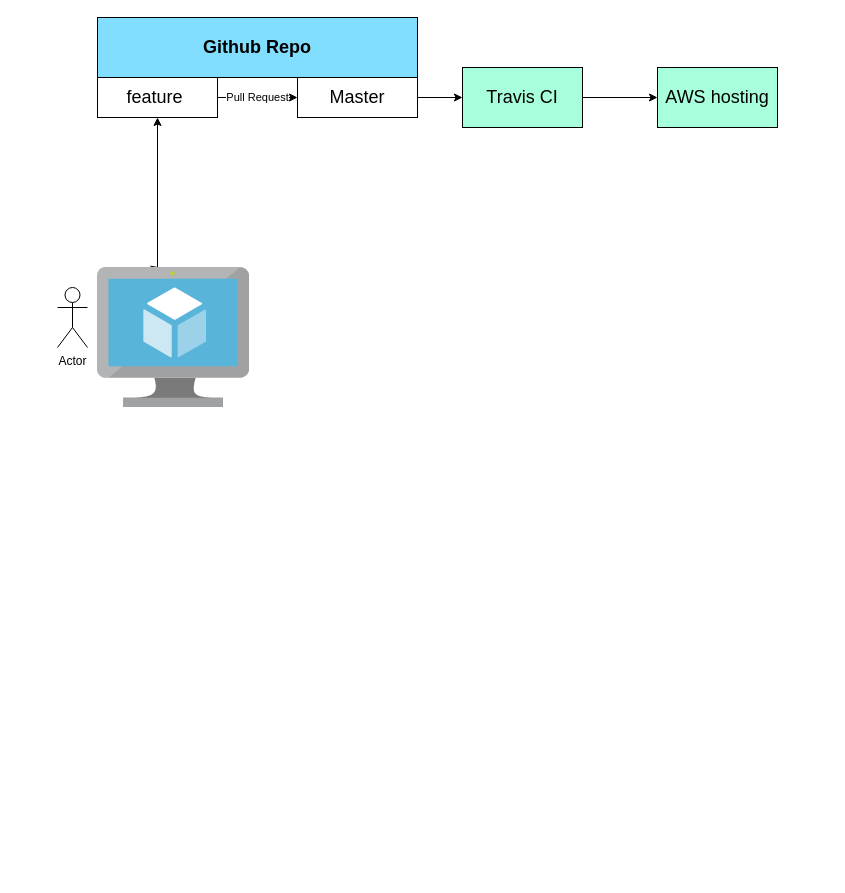
This is page "CI AND DEPLOYMENT" (8 of 8) of Untitled Diagram.drawio from hephaestus88/docker, a draw.io file, before an edit. Source tidied: cells renumbered, new cells numbered last; positions are measured from the earlier drawing's top-left corner, leaving out a move shared by most shapes. Both pictures are drawn from the tidied source at 100%, with x=0, y=0 at pixel (57, 17).
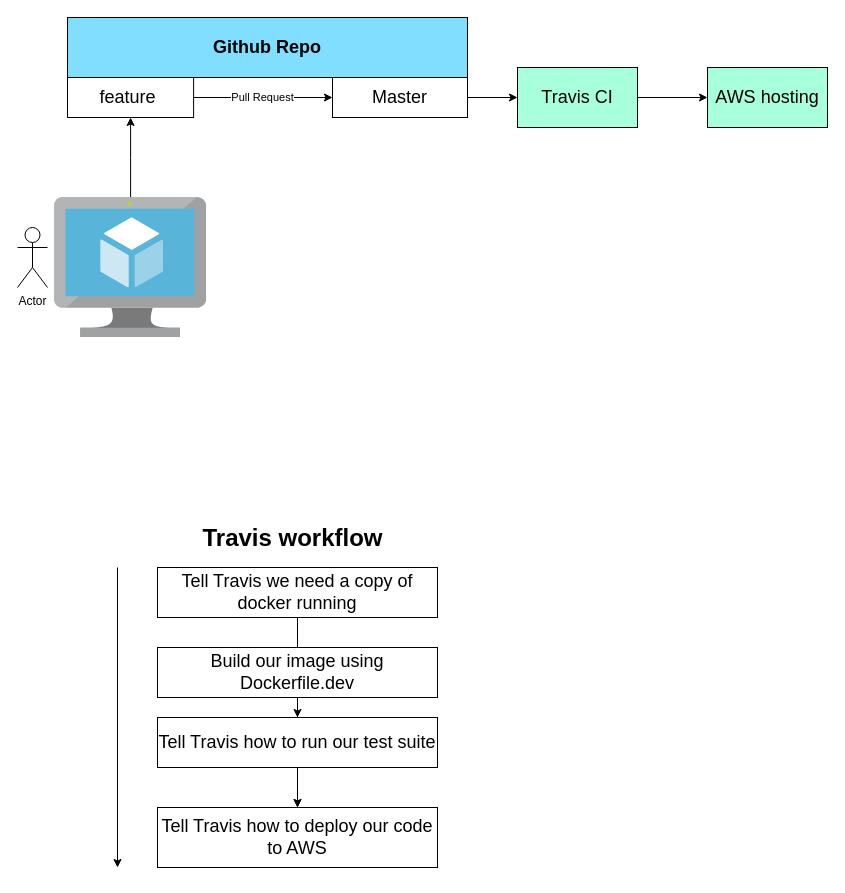
Above is the later version.

The edit, as a diff of the source:
```diff
@@
     <mxCell id="2" value="&lt;font style=&quot;font-size: 18px;&quot;&gt;&lt;b&gt;Github Repo&lt;/b&gt;&lt;/font&gt;" style="rounded=0;whiteSpace=wrap;html=1;fillColor=#82DEFF;" parent="1" vertex="1">
-      <mxGeometry x="40" width="320" height="60" as="geometry" />
+      <mxGeometry x="10" width="400" height="60" as="geometry" />
     </mxCell>
@@
     <mxCell id="4" value="&lt;font style=&quot;font-size: 18px;&quot;&gt;feature&amp;nbsp;&lt;/font&gt;" style="rounded=0;whiteSpace=wrap;html=1;" parent="1" vertex="1">
-      <mxGeometry x="40" y="60" width="120" height="40" as="geometry" />
+      <mxGeometry x="10" y="60" width="126.1" height="40" as="geometry" />
     </mxCell>
@@
     <mxCell id="6" value="&lt;font style=&quot;font-size: 18px;&quot;&gt;Master&lt;/font&gt;" style="rounded=0;whiteSpace=wrap;html=1;" parent="1" vertex="1">
-      <mxGeometry x="240" y="60" width="120" height="40" as="geometry" />
+      <mxGeometry x="275" y="60" width="135" height="40" as="geometry" />
     </mxCell>
-    <mxCell id="7" style="endArrow=classic;html=1;rounded=0;entryX=0.5;entryY=1;entryDx=0;entryDy=0;exitX=0.347;exitY=-0.01;exitDx=0;exitDy=0;exitPerimeter=0;" parent="1" edge="1" source="8" target="4">
-      <mxGeometry relative="1" as="geometry">
-        <Array as="points">
-          <mxPoint x="100" y="250" />
-        </Array>
-      </mxGeometry>
+    <mxCell id="7" style="edgeStyle=orthogonalEdgeStyle;rounded=0;jettySize=auto;html=1;" parent="1" edge="1" source="8" target="4">
+      <mxGeometry relative="1" as="geometry" />
     </mxCell>
     <mxCell id="8" style="image;sketch=0;html=1;points=[];align=center;fontSize=12;image=img/lib/mscae/Virtual_Machine.svg;" parent="1" vertex="1">
-      <mxGeometry x="40" y="250" width="152.2" height="140" as="geometry" />
+      <mxGeometry x="-3" y="180" width="152.2" height="140" as="geometry" />
     </mxCell>
     <mxCell id="9" value="Actor" style="shape=umlActor;verticalLabelPosition=bottom;verticalAlign=top;html=1;" parent="1" vertex="1">
-      <mxGeometry y="270" width="30" height="60" as="geometry" />
+      <mxGeometry x="-40" y="210" width="30" height="60" as="geometry" />
     </mxCell>
@@
     <mxCell id="11" value="&lt;font style=&quot;font-size: 18px;&quot;&gt;Travis CI&lt;/font&gt;" style="rounded=0;whiteSpace=wrap;html=1;fillColor=#A8FFDC;" parent="1" vertex="1">
-      <mxGeometry x="405" y="50" width="120" height="60" as="geometry" />
+      <mxGeometry x="460" y="50" width="120" height="60" as="geometry" />
     </mxCell>
     <mxCell id="12" value="&lt;span style=&quot;font-size: 18px;&quot;&gt;AWS hosting&lt;/span&gt;" style="rounded=0;whiteSpace=wrap;html=1;fillColor=#A8FFDC;" parent="1" vertex="1">
-      <mxGeometry x="600" y="50" width="120" height="60" as="geometry" />
+      <mxGeometry x="650" y="50" width="120" height="60" as="geometry" />
     </mxCell>
+    <mxCell id="13" style="edgeStyle=orthogonalEdgeStyle;rounded=0;jettySize=auto;html=1;" parent="1" edge="1" source="14" target="18">
+      <mxGeometry relative="1" as="geometry" />
+    </mxCell>
+    <mxCell id="14" value="&lt;span style=&quot;font-size: 18px;&quot;&gt;Tell Travis we need a copy of docker running&lt;/span&gt;" style="rounded=0;whiteSpace=wrap;html=1;" parent="1" vertex="1">
+      <mxGeometry x="100" y="550" width="280" height="50" as="geometry" />
+    </mxCell>
+    <mxCell id="15" style="edgeStyle=orthogonalEdgeStyle;rounded=0;jettySize=auto;html=1;" parent="1" edge="1" source="16" target="19">
+      <mxGeometry relative="1" as="geometry" />
+    </mxCell>
+    <mxCell id="16" value="&lt;span style=&quot;font-size: 18px;&quot;&gt;Build our image using Dockerfile.dev&lt;/span&gt;" style="rounded=0;whiteSpace=wrap;html=1;" parent="1" vertex="1">
+      <mxGeometry x="100" y="630" width="280" height="50" as="geometry" />
+    </mxCell>
+    <mxCell id="17" style="edgeStyle=orthogonalEdgeStyle;rounded=0;jettySize=auto;html=1;" parent="1" edge="1" source="18" target="19">
+      <mxGeometry relative="1" as="geometry" />
+    </mxCell>
+    <mxCell id="18" value="&lt;span style=&quot;font-size: 18px;&quot;&gt;Tell Travis how to run our test suite&lt;/span&gt;" style="rounded=0;whiteSpace=wrap;html=1;" parent="1" vertex="1">
+      <mxGeometry x="100" y="700" width="280" height="50" as="geometry" />
+    </mxCell>
+    <mxCell id="19" value="&lt;span style=&quot;font-size: 18px;&quot;&gt;Tell Travis how to deploy our code to AWS&lt;/span&gt;" style="rounded=0;whiteSpace=wrap;html=1;" parent="1" vertex="1">
+      <mxGeometry x="100" y="790" width="280" height="60" as="geometry" />
+    </mxCell>
+    <mxCell id="20" style="endArrow=classic;html=1;rounded=0;" parent="1" edge="1">
+      <mxGeometry relative="1" as="geometry">
+        <mxPoint x="60" y="550" as="sourcePoint" />
+        <mxPoint x="60" y="850" as="targetPoint" />
+      </mxGeometry>
+    </mxCell>
+    <mxCell id="21" value="Travis workflow" style="text;strokeColor=none;fillColor=none;html=1;fontSize=24;fontStyle=1;verticalAlign=middle;align=center;" parent="1" vertex="1">
+      <mxGeometry x="130" y="520" width="210" as="geometry" />
+    </mxCell>
```
